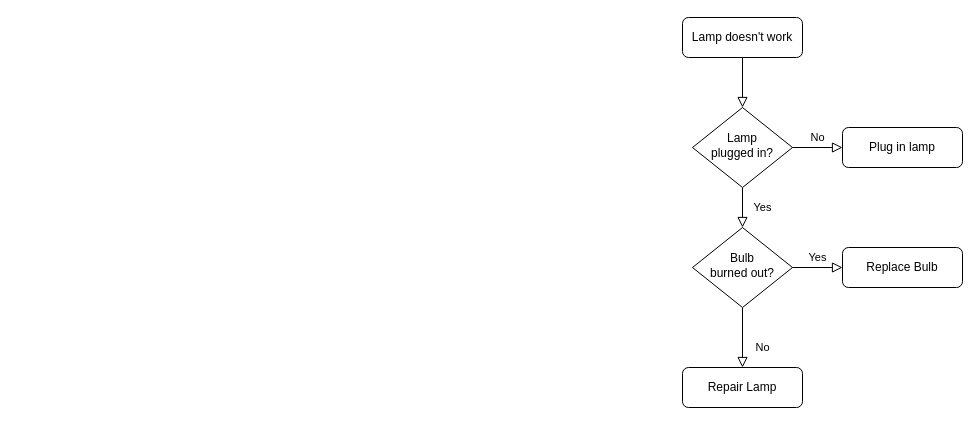
Earlier version of the draw.io diagram Untitled Diagram.drawio (charilaouc/a). Source tidied: cells renumbered, new cells numbered last; positions are measured from the earlier drawing's top-left corner, leaving out a move shared by most shapes. Both pictures are drawn from the tidied source at 100%, with x=0, y=0 at pixel (682, 17).
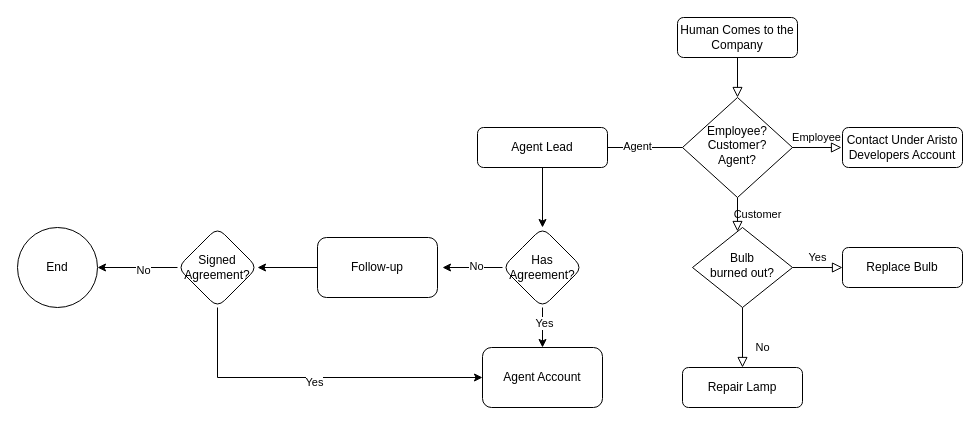
The same diagram, later.

Unchanged cells that the change refers to:
```xml
<mxCell id="10" value="Bulb&lt;br&gt;burned out?" style="rhombus;whiteSpace=wrap;html=1;shadow=0;fontFamily=Helvetica;fontSize=12;align=center;strokeWidth=1;spacing=6;spacingTop=-4;" parent="1" vertex="1">
  <mxGeometry x="10" y="210" width="100" height="80" as="geometry" />
</mxCell>
```

The edit, as a diff of the source:
```diff
@@
-    <mxCell id="3" value="Lamp doesn't work" style="rounded=1;whiteSpace=wrap;html=1;fontSize=12;glass=0;strokeWidth=1;shadow=0;" parent="1" vertex="1">
-      <mxGeometry width="120" height="40" as="geometry" />
+    <mxCell id="3" value="Human Comes to the Company" style="rounded=1;whiteSpace=wrap;html=1;fontSize=12;glass=0;strokeWidth=1;shadow=0;" parent="1" vertex="1">
+      <mxGeometry x="-5" width="120" height="40" as="geometry" />
     </mxCell>
-    <mxCell id="4" value="Yes" style="rounded=0;html=1;jettySize=auto;fontSize=11;endArrow=block;endFill=0;endSize=8;strokeWidth=1;shadow=0;labelBackgroundColor=none;edgeStyle=orthogonalEdgeStyle;" parent="1" edge="1" source="6" target="10">
-      <mxGeometry y="20" relative="1" as="geometry" />
+    <mxCell id="4" value="Customer" style="rounded=0;html=1;jettySize=auto;fontSize=11;endArrow=block;endFill=0;endSize=8;strokeWidth=1;shadow=0;labelBackgroundColor=none;edgeStyle=orthogonalEdgeStyle;" parent="1" edge="1" source="6" target="10">
+      <mxGeometry y="20" relative="1" as="geometry">
+        <Array as="points">
+          <mxPoint x="55" y="216" />
+          <mxPoint x="55" y="216" />
+        </Array>
+      </mxGeometry>
     </mxCell>
-    <mxCell id="5" value="No" style="edgeStyle=orthogonalEdgeStyle;rounded=0;html=1;jettySize=auto;fontSize=11;endArrow=block;endFill=0;endSize=8;strokeWidth=1;shadow=0;labelBackgroundColor=none;" parent="1" edge="1" source="6" target="7">
-      <mxGeometry y="10" relative="1" as="geometry" />
+    <mxCell id="5" value="Employee" style="edgeStyle=orthogonalEdgeStyle;rounded=0;html=1;jettySize=auto;orthogonalLoop=1;fontSize=11;endArrow=block;endFill=0;endSize=8;strokeWidth=1;shadow=0;labelBackgroundColor=none;" parent="1" edge="1">
+      <mxGeometry y="10" relative="1" as="geometry">
+        <mxPoint x="109" y="130" as="sourcePoint" />
+        <mxPoint x="159" y="130" as="targetPoint" />
+      </mxGeometry>
     </mxCell>
+    <mxCell id="13" style="edgeStyle=orthogonalEdgeStyle;rounded=0;jettySize=auto;html=1;" parent="1" edge="1" source="6">
+      <mxGeometry relative="1" as="geometry">
+        <mxPoint x="-85" y="130" as="targetPoint" />
+      </mxGeometry>
+    </mxCell>
+    <mxCell id="14" value="Agent" style="edgeLabel;html=1;align=center;verticalAlign=middle;" parent="13" vertex="1">
+      <mxGeometry x="0.07" y="-2" relative="1" as="geometry" />
+    </mxCell>
-    <mxCell id="6" value="Lamp&lt;br&gt;plugged in?" style="rhombus;whiteSpace=wrap;html=1;shadow=0;fontFamily=Helvetica;fontSize=12;align=center;strokeWidth=1;spacing=6;spacingTop=-4;" parent="1" vertex="1">
-      <mxGeometry x="10" y="90" width="100" height="80" as="geometry" />
+    <mxCell id="6" value="Employee?&lt;br&gt;Customer?&lt;br&gt;Agent?" style="rhombus;whiteSpace=wrap;html=1;shadow=0;fontFamily=Helvetica;fontSize=12;align=center;strokeWidth=1;spacing=6;spacingTop=-4;" parent="1" vertex="1">
+      <mxGeometry y="80" width="110" height="100" as="geometry" />
     </mxCell>
-    <mxCell id="7" value="Plug in lamp" style="rounded=1;whiteSpace=wrap;html=1;fontSize=12;glass=0;strokeWidth=1;shadow=0;" parent="1" vertex="1">
+    <mxCell id="7" value="Contact Under Aristo Developers Account" style="rounded=1;whiteSpace=wrap;html=1;fontSize=12;glass=0;strokeWidth=1;shadow=0;" parent="1" vertex="1">
       <mxGeometry x="160" y="110" width="120" height="40" as="geometry" />
     </mxCell>
@@
+    <mxCell id="15" style="edgeStyle=orthogonalEdgeStyle;rounded=0;jettySize=auto;html=1;" parent="1" edge="1" source="16" target="21">
+      <mxGeometry relative="1" as="geometry" />
+    </mxCell>
+    <mxCell id="16" value="Agent Lead" style="rounded=1;whiteSpace=wrap;html=1;fontSize=12;glass=0;strokeWidth=1;shadow=0;" parent="1" vertex="1">
+      <mxGeometry x="-205" y="110" width="130" height="40" as="geometry" />
+    </mxCell>
+    <mxCell id="17" style="edgeStyle=orthogonalEdgeStyle;rounded=0;jettySize=auto;html=1;" parent="1" edge="1" source="21" target="22">
+      <mxGeometry relative="1" as="geometry" />
+    </mxCell>
+    <mxCell id="18" value="Yes" style="edgeLabel;html=1;align=center;verticalAlign=middle;" parent="17" vertex="1">
+      <mxGeometry x="-0.24" y="1" relative="1" as="geometry" />
+    </mxCell>
+    <mxCell id="19" style="edgeStyle=orthogonalEdgeStyle;rounded=0;jettySize=auto;html=1;" parent="1" edge="1" source="21">
+      <mxGeometry relative="1" as="geometry">
+        <mxPoint x="-240" y="250" as="targetPoint" />
+      </mxGeometry>
+    </mxCell>
+    <mxCell id="20" value="No" style="edgeLabel;html=1;align=center;verticalAlign=middle;" parent="19" vertex="1">
+      <mxGeometry x="-0.1" y="-2" relative="1" as="geometry" />
+    </mxCell>
+    <mxCell id="21" value="Has Agreement?" style="rhombus;whiteSpace=wrap;html=1;rounded=1;glass=0;strokeWidth=1;shadow=0;" parent="1" vertex="1">
+      <mxGeometry x="-180" y="210" width="80" height="80" as="geometry" />
+    </mxCell>
+    <mxCell id="22" value="Agent Account" style="whiteSpace=wrap;html=1;rounded=1;glass=0;strokeWidth=1;shadow=0;" parent="1" vertex="1">
+      <mxGeometry x="-200" y="330" width="120" height="60" as="geometry" />
+    </mxCell>
+    <mxCell id="23" value="End" style="ellipse;whiteSpace=wrap;html=1;" parent="1" vertex="1">
+      <mxGeometry x="-665" y="210" width="80" height="80" as="geometry" />
+    </mxCell>
+    <mxCell id="24" style="edgeStyle=orthogonalEdgeStyle;rounded=0;jettySize=auto;html=1;" parent="1" edge="1" source="25" target="30">
+      <mxGeometry relative="1" as="geometry" />
+    </mxCell>
+    <mxCell id="25" value="Follow-up" style="rounded=1;whiteSpace=wrap;html=1;" parent="1" vertex="1">
+      <mxGeometry x="-365" y="220" width="120" height="60" as="geometry" />
+    </mxCell>
+    <mxCell id="26" style="edgeStyle=orthogonalEdgeStyle;rounded=0;jettySize=auto;html=1;entryX=0;entryY=0.5;entryDx=0;entryDy=0;" parent="1" edge="1" source="30" target="22">
+      <mxGeometry relative="1" as="geometry">
+        <Array as="points">
+          <mxPoint x="-465" y="360" />
+        </Array>
+      </mxGeometry>
+    </mxCell>
+    <mxCell id="27" value="Yes" style="edgeLabel;html=1;align=center;verticalAlign=middle;" parent="26" vertex="1">
+      <mxGeometry x="-0.01" y="-4" relative="1" as="geometry" />
+    </mxCell>
+    <mxCell id="28" style="edgeStyle=orthogonalEdgeStyle;rounded=0;jettySize=auto;html=1;" parent="1" edge="1" source="30" target="23">
+      <mxGeometry relative="1" as="geometry" />
+    </mxCell>
+    <mxCell id="29" value="No" style="edgeLabel;html=1;align=center;verticalAlign=middle;" parent="28" vertex="1">
+      <mxGeometry x="-0.12" y="2" relative="1" as="geometry" />
+    </mxCell>
+    <mxCell id="30" value="Signed Agreement?" style="rhombus;whiteSpace=wrap;html=1;rounded=1;" parent="1" vertex="1">
+      <mxGeometry x="-505" y="210" width="80" height="80" as="geometry" />
+    </mxCell>
```
